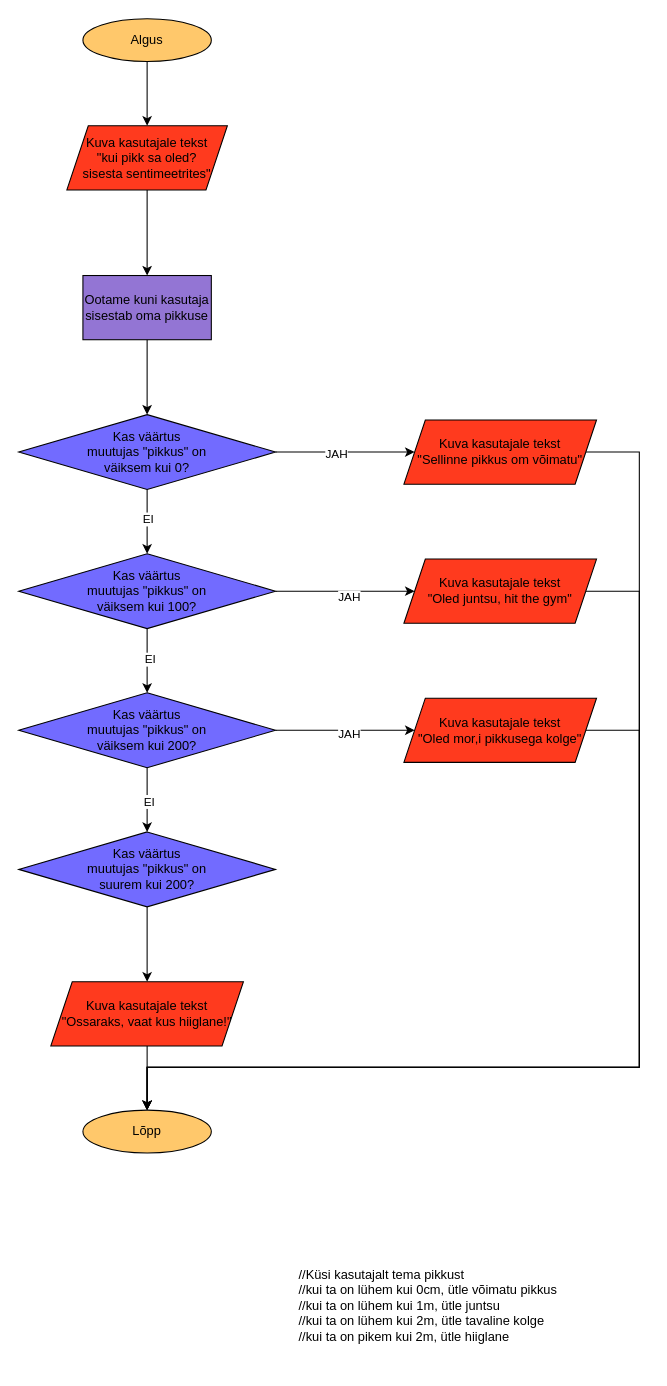
The draw.io diagram Vooskeemid/ülessanne IF_ELSEIF_ELSE-1.drawio in metsislavjemeljanov/excercizes, before the edit. Source tidied: cells renumbered, new cells numbered last; positions are measured from the earlier drawing's top-left corner, leaving out a move shared by most shapes. Both pictures are drawn from the tidied source at 107%, with x=0, y=0 at pixel (18, 18).
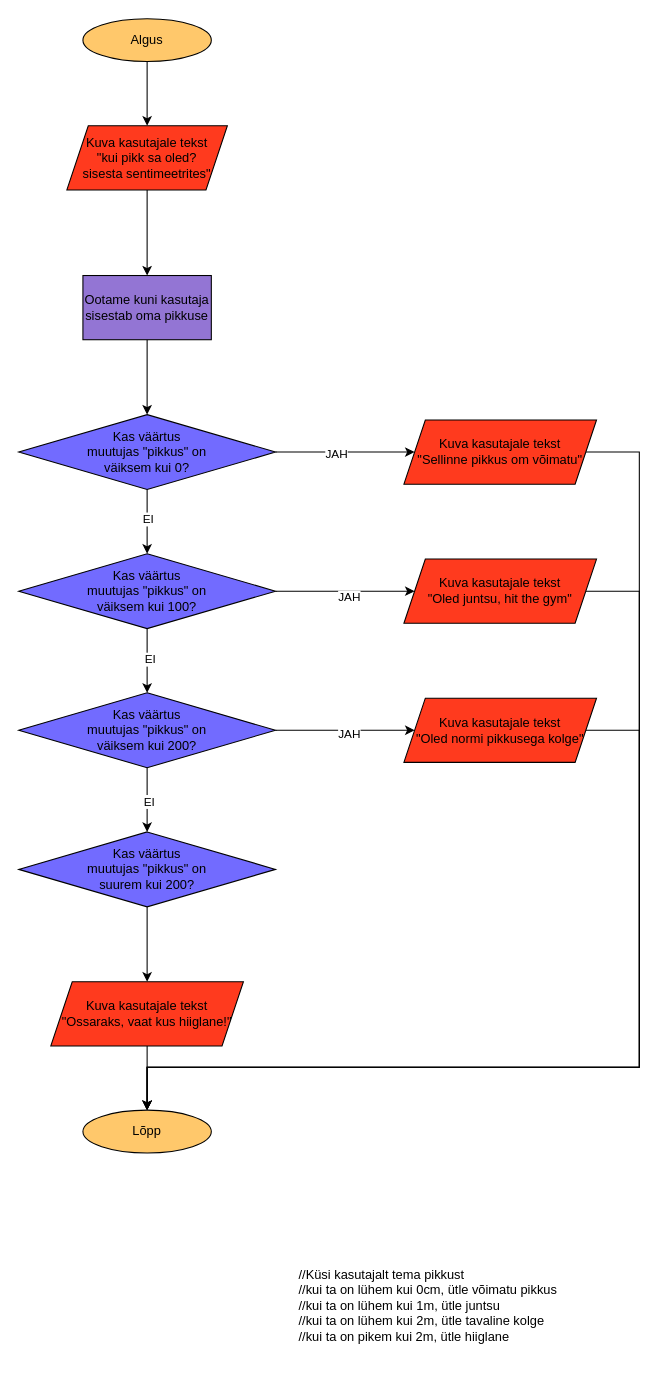
Above is the later version.

Commit message (it also covers changes not shown here):
CYCLES FOR-2 vooskeem on tehtud

What changed in the source:
```diff
@@
-    <mxCell id="29" value="Kuva kasutajale tekst&lt;div&gt;&quot;Oled mor,i pikkusega kolge&quot;&lt;/div&gt;" style="shape=parallelogram;perimeter=parallelogramPerimeter;whiteSpace=wrap;html=1;fixedSize=1;fillColor=#FF3A1E;" parent="1" vertex="1">
+    <mxCell id="29" value="Kuva kasutajale tekst&lt;div&gt;&quot;Oled normi pikkusega kolge&quot;&lt;/div&gt;" style="shape=parallelogram;perimeter=parallelogramPerimeter;whiteSpace=wrap;html=1;fixedSize=1;fillColor=#FF3A1E;" parent="1" vertex="1">
       <mxGeometry x="360" y="635" width="180" height="60" as="geometry" />
     </mxCell>
```
